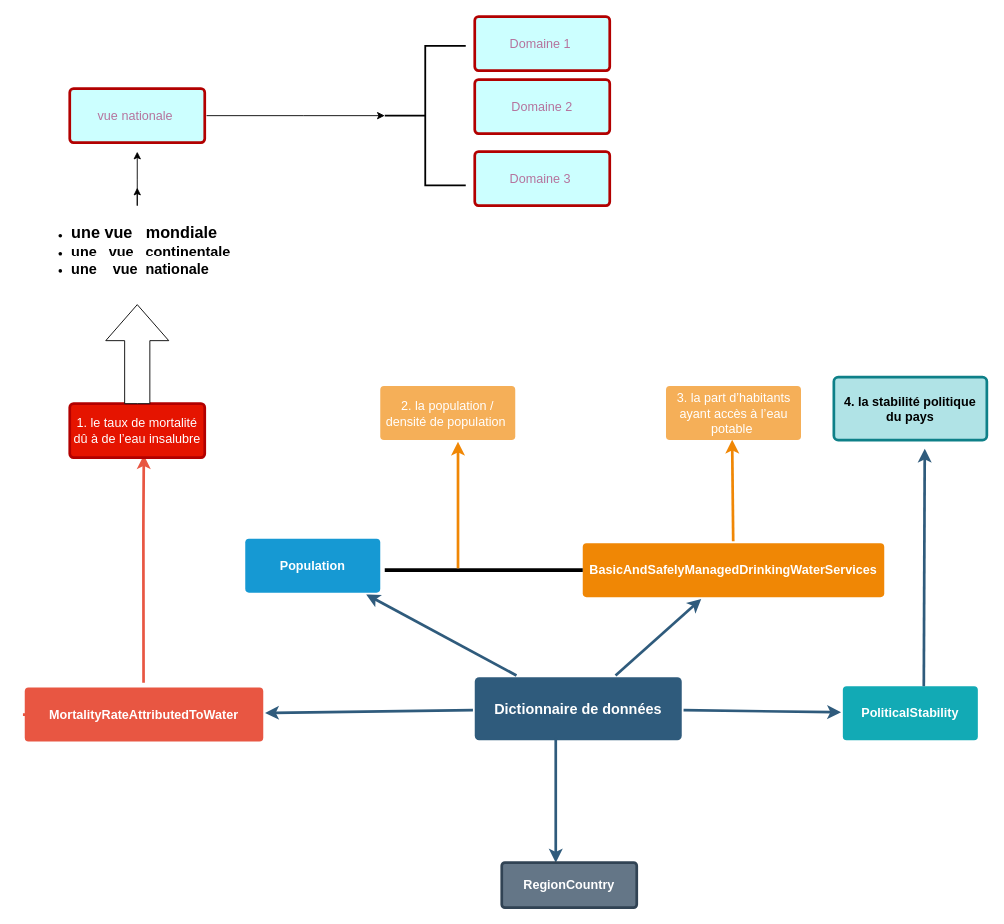
Before: .github/workflows/Untitled Diagram.drawio in louzhixin/bootstrap, a draw.io diagram. Source tidied: cells renumbered, new cells numbered last; positions are measured from the earlier drawing's top-left corner, leaving out a move shared by most shapes. Both pictures are drawn from the tidied source at 90%, with x=0, y=0 at pixel (24, 16).
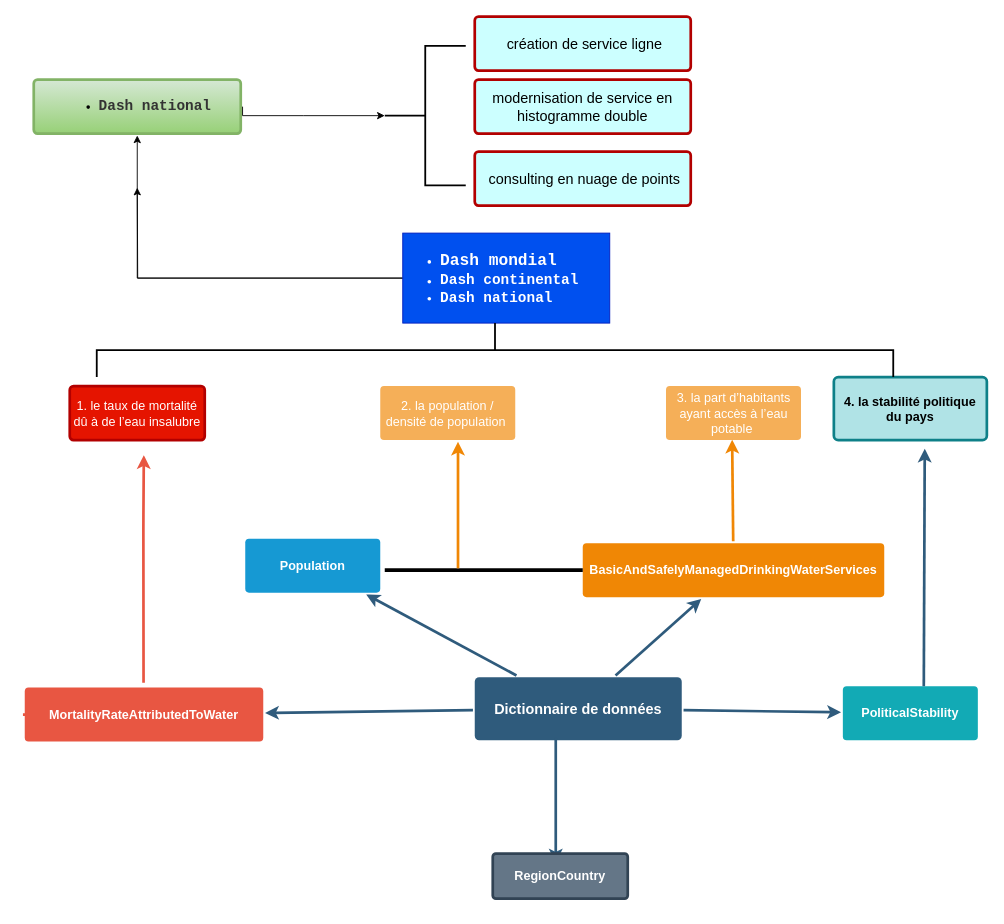
The same diagram, later.

Diff of the diagram source:
```diff
@@
     <mxCell id="16" value="RegionCountry" style="rounded=1;whiteSpace=wrap;html=1;shadow=0;labelBackgroundColor=none;strokeColor=#314354;strokeWidth=3;fillColor=#647687;fontFamily=Helvetica;fontSize=14;fontColor=#ffffff;align=center;spacing=5;fontStyle=1;arcSize=7;perimeterSpacing=2;" parent="1" vertex="1">
-      <mxGeometry x="530" y="940" width="150" height="50" as="geometry" />
+      <mxGeometry x="520" y="930" width="150" height="50" as="geometry" />
     </mxCell>
     <mxCell id="17" value="1. le taux de mortalité dû à de l’eau insalubre" style="rounded=1;whiteSpace=wrap;html=1;shadow=0;labelBackgroundColor=none;strokeColor=#B20000;strokeWidth=3;fillColor=#e51400;fontFamily=Helvetica;fontSize=14;fontColor=#ffffff;align=center;spacing=5;arcSize=7;perimeterSpacing=2;" parent="1" vertex="1">
-      <mxGeometry x="50" y="430" width="150" height="60" as="geometry" />
+      <mxGeometry x="50" y="410.5" width="150" height="60" as="geometry" />
     </mxCell>
@@
-    <mxCell id="24" style="edgeStyle=orthogonalEdgeStyle;rounded=0;jettySize=auto;html=1;fontSize=18;fontColor=#B5739D;" parent="1" edge="1" source="25">
-      <mxGeometry relative="1" as="geometry">
-        <mxPoint x="125" y="150" as="targetPoint" />
-      </mxGeometry>
+    <mxCell id="24" style="edgeStyle=orthogonalEdgeStyle;rounded=0;jettySize=auto;html=1;fontSize=18;fontColor=#B5739D;entryX=0.5;entryY=1;entryDx=0;entryDy=0;" parent="1" edge="1" source="25" target="27">
+      <mxGeometry relative="1" as="geometry" />
     </mxCell>
-    <mxCell id="25" value="&lt;ul&gt;&lt;li&gt;&lt;b&gt;&lt;font style=&quot;font-size: 18px&quot;&gt;une vue&amp;nbsp; &amp;nbsp;mondiale&lt;/font&gt;&lt;/b&gt;&lt;/li&gt;&lt;li&gt;&lt;b&gt;&lt;font size=&quot;3&quot;&gt;une&amp;nbsp; &amp;nbsp;vue&amp;nbsp; &amp;nbsp;continentale&lt;/font&gt;&lt;/b&gt;&lt;/li&gt;&lt;li&gt;&lt;b&gt;&lt;font size=&quot;3&quot;&gt;une&amp;nbsp; &amp;nbsp; vue&amp;nbsp; nationale&lt;/font&gt;&lt;/b&gt;&lt;/li&gt;&lt;/ul&gt;" style="text;strokeColor=none;fillColor=none;html=1;whiteSpace=wrap;verticalAlign=middle;overflow=hidden;" parent="1" vertex="1">
-      <mxGeometry x="10" y="210" width="230" height="100" as="geometry" />
+    <mxCell id="25" value="&lt;ul&gt;&lt;li&gt;&lt;font style=&quot;font-size: 18px&quot;&gt;&lt;b&gt;&lt;span id=&quot;docs-internal-guid-63e0c139-7fff-4fa7-c3d6-cd8b07c6e42c&quot;&gt;&lt;span style=&quot;font-family: &amp;#34;courier new&amp;#34; ; background-color: transparent ; vertical-align: baseline&quot;&gt;Dash mondial&lt;/span&gt;&lt;/span&gt;&lt;br&gt;&lt;/b&gt;&lt;/font&gt;&lt;/li&gt;&lt;li&gt;&lt;font size=&quot;3&quot;&gt;&lt;b&gt;&lt;span id=&quot;docs-internal-guid-dc1c070a-7fff-9577-5b31-1ad5c942e404&quot;&gt;&lt;span style=&quot;font-family: &amp;#34;courier new&amp;#34; ; background-color: transparent ; vertical-align: baseline&quot;&gt;Dash continental&lt;/span&gt;&lt;/span&gt;&lt;br&gt;&lt;/b&gt;&lt;/font&gt;&lt;/li&gt;&lt;li&gt;&lt;span id=&quot;docs-internal-guid-a96f0c7e-7fff-f5a6-9407-e30a12a7a160&quot;&gt;&lt;span style=&quot;font-family: &amp;#34;courier new&amp;#34; ; background-color: transparent ; vertical-align: baseline&quot;&gt;&lt;font size=&quot;3&quot;&gt;&lt;b&gt;Dash national&lt;/b&gt;&lt;/font&gt;&lt;/span&gt;&lt;/span&gt;&lt;br&gt;&lt;/li&gt;&lt;/ul&gt;" style="text;strokeColor=#001DBC;fillColor=#0050ef;html=1;whiteSpace=wrap;verticalAlign=middle;overflow=hidden;fontColor=#ffffff;" parent="1" vertex="1">
+      <mxGeometry x="420" y="240.5" width="230" height="100" as="geometry" />
     </mxCell>
-    <mxCell id="26" style="html=1;shadow=0;dashed=0;align=center;verticalAlign=middle;shape=mxgraph.arrows2.arrow;dy=0.6;dx=40;direction=north;notch=0;fontSize=18;" parent="1" vertex="1">
-      <mxGeometry x="90" y="320" width="70" height="110" as="geometry" />
-    </mxCell>
-    <mxCell id="27" value="&lt;font color=&quot;#b5739d&quot;&gt;vue nationale&amp;nbsp;&lt;/font&gt;" style="rounded=1;whiteSpace=wrap;html=1;shadow=0;labelBackgroundColor=none;strokeColor=#B20000;strokeWidth=3;fillColor=#CCFFFF;fontFamily=Helvetica;fontSize=14;fontColor=#ffffff;align=center;spacing=5;arcSize=7;perimeterSpacing=2;" parent="1" vertex="1">
-      <mxGeometry x="50" y="80" width="150" height="60" as="geometry" />
+    <mxCell id="27" value="&lt;ul style=&quot;font-size: 12px ; text-align: left&quot;&gt;&lt;li&gt;&lt;span id=&quot;docs-internal-guid-a96f0c7e-7fff-f5a6-9407-e30a12a7a160&quot;&gt;&lt;span style=&quot;font-family: &amp;#34;courier new&amp;#34; ; background-color: transparent ; vertical-align: baseline&quot;&gt;&lt;font size=&quot;3&quot; color=&quot;#333333&quot;&gt;&lt;b&gt;Dash national&lt;/b&gt;&lt;/font&gt;&lt;/span&gt;&lt;/span&gt;&lt;/li&gt;&lt;/ul&gt;" style="rounded=1;whiteSpace=wrap;html=1;shadow=0;labelBackgroundColor=none;strokeWidth=3;fillColor=#d5e8d4;fontFamily=Helvetica;fontSize=14;align=center;spacing=5;arcSize=7;perimeterSpacing=2;gradientColor=#97d077;strokeColor=#82b366;" parent="1" vertex="1">
+      <mxGeometry x="10" y="70" width="230" height="60" as="geometry" />
     </mxCell>
@@
-    <mxCell id="29" value="&lt;font color=&quot;#b5739d&quot;&gt;Domaine 1&amp;nbsp;&lt;/font&gt;" style="rounded=1;whiteSpace=wrap;html=1;shadow=0;labelBackgroundColor=none;strokeColor=#B20000;strokeWidth=3;fillColor=#CCFFFF;fontFamily=Helvetica;fontSize=14;fontColor=#ffffff;align=center;spacing=5;arcSize=7;perimeterSpacing=2;" parent="1" vertex="1">
-      <mxGeometry x="500" width="150" height="60" as="geometry" />
+    <mxCell id="29" value="&lt;span id=&quot;docs-internal-guid-3d5bd82d-7fff-8852-7b63-7e09260d47e0&quot;&gt;&lt;span style=&quot;font-size: 12pt ; font-family: &amp;#34;arial&amp;#34; ; color: rgb(0 , 0 , 0) ; background-color: transparent ; vertical-align: baseline&quot;&gt;&amp;nbsp;création de service ligne&lt;/span&gt;&lt;/span&gt;" style="rounded=1;whiteSpace=wrap;html=1;shadow=0;labelBackgroundColor=none;strokeColor=#B20000;strokeWidth=3;fillColor=#CCFFFF;fontFamily=Helvetica;fontSize=14;fontColor=#ffffff;align=center;spacing=5;arcSize=7;perimeterSpacing=2;" parent="1" vertex="1">
+      <mxGeometry x="500" width="240" height="60" as="geometry" />
     </mxCell>
-    <mxCell id="30" value="&lt;span style=&quot;color: rgb(181 , 115 , 157)&quot;&gt;Domaine 2&lt;/span&gt;" style="rounded=1;whiteSpace=wrap;html=1;shadow=0;labelBackgroundColor=none;strokeColor=#B20000;strokeWidth=3;fillColor=#CCFFFF;fontFamily=Helvetica;fontSize=14;fontColor=#ffffff;align=center;spacing=5;arcSize=7;perimeterSpacing=2;" parent="1" vertex="1">
-      <mxGeometry x="500" y="70" width="150" height="60" as="geometry" />
+    <mxCell id="30" value="&lt;span id=&quot;docs-internal-guid-020c9f74-7fff-d90f-9446-faf1272e4d8f&quot;&gt;&lt;span style=&quot;font-size: 12pt ; font-family: &amp;#34;arial&amp;#34; ; color: rgb(0 , 0 , 0) ; background-color: transparent ; vertical-align: baseline&quot;&gt;modernisation de service en histogramme double&lt;/span&gt;&lt;/span&gt;" style="rounded=1;whiteSpace=wrap;html=1;shadow=0;labelBackgroundColor=none;strokeColor=#B20000;strokeWidth=3;fillColor=#CCFFFF;fontFamily=Helvetica;fontSize=14;fontColor=#ffffff;align=center;spacing=5;arcSize=7;perimeterSpacing=2;" parent="1" vertex="1">
+      <mxGeometry x="500" y="70" width="240" height="60" as="geometry" />
     </mxCell>
-    <mxCell id="31" value="&lt;span style=&quot;color: rgb(181 , 115 , 157)&quot;&gt;Domaine 3&amp;nbsp;&lt;/span&gt;" style="rounded=1;whiteSpace=wrap;html=1;shadow=0;labelBackgroundColor=none;strokeColor=#B20000;strokeWidth=3;fillColor=#CCFFFF;fontFamily=Helvetica;fontSize=14;fontColor=#ffffff;align=center;spacing=5;arcSize=7;perimeterSpacing=2;" parent="1" vertex="1">
-      <mxGeometry x="500" y="150" width="150" height="60" as="geometry" />
+    <mxCell id="31" value="&lt;span id=&quot;docs-internal-guid-cfa36f9d-7fff-1aff-386a-914f43558358&quot;&gt;&lt;span style=&quot;font-size: 12pt ; font-family: &amp;#34;arial&amp;#34; ; color: rgb(0 , 0 , 0) ; background-color: transparent ; vertical-align: baseline&quot;&gt;&amp;nbsp;consulting en nuage de points&lt;/span&gt;&lt;/span&gt;" style="rounded=1;whiteSpace=wrap;html=1;shadow=0;labelBackgroundColor=none;strokeColor=#B20000;strokeWidth=3;fillColor=#CCFFFF;fontFamily=Helvetica;fontSize=14;fontColor=#ffffff;align=center;spacing=5;arcSize=7;perimeterSpacing=2;" parent="1" vertex="1">
+      <mxGeometry x="500" y="150" width="240" height="60" as="geometry" />
     </mxCell>
@@
+    <mxCell id="33" style="strokeWidth=2;html=1;shape=mxgraph.flowchart.annotation_2;align=left;labelPosition=right;labelBackgroundColor=#9999FF;fontSize=18;fontColor=#333333;fillColor=#CCFFFF;direction=south;" parent="1" vertex="1">
+      <mxGeometry x="80" y="340.5" width="885" height="60" as="geometry" />
+    </mxCell>
```
